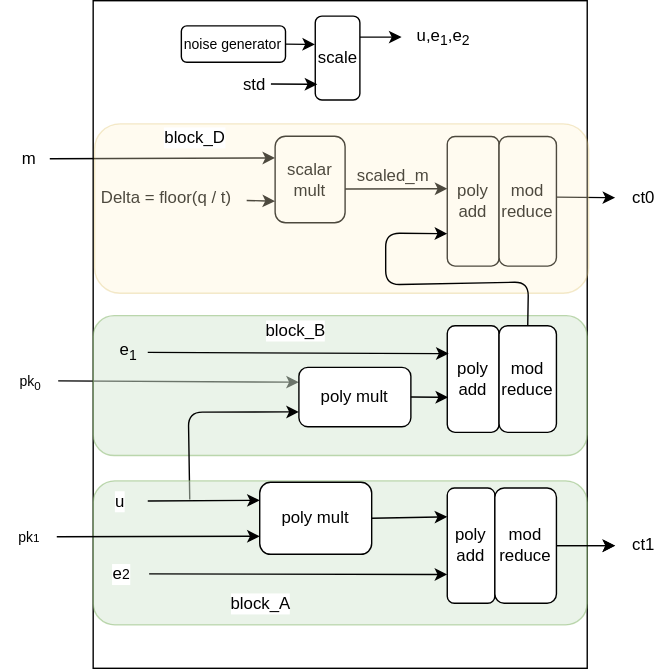
Above: fv_enc/doc/FV12_encryption.svg in my-openlab/projects (draw.io), before the change. Source tidied: cells renumbered, new cells last; positions are measured from the earlier drawing's top-left corner, leaving out a move shared by most shapes.
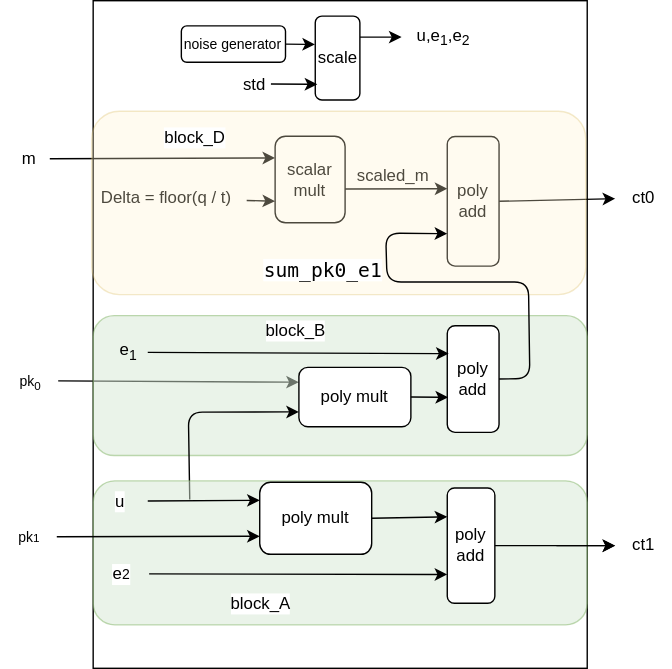
Above is the later version.

The edit, as a diff of the source:
```diff
@@ -8,10 +8,8 @@
     <mxCell id="3" value="ct0" style="text;html=1;align=center;verticalAlign=middle;points=[];strokeColor=none;fillColor=none;" parent="1" vertex="1">
       <mxGeometry x="439" y="126" width="40" height="30" as="geometry" />
     </mxCell>
-    <mxCell id="4" style="edgeStyle=none;html=1;exitX=1;exitY=0.5;exitDx=0;exitDy=0;" parent="1" edge="1" target="3">
-      <mxGeometry relative="1" as="geometry">
-        <mxPoint x="397" y="140.3" as="sourcePoint" />
-      </mxGeometry>
+    <mxCell id="4" style="edgeStyle=none;html=1;exitX=1;exitY=0.5;exitDx=0;exitDy=0;" parent="1" edge="1" source="20" target="3">
+      <mxGeometry relative="1" as="geometry" />
     </mxCell>
     <mxCell id="5" style="endArrow=classic;html=1;entryX=0;entryY=0.25;entryDx=0;entryDy=0;" parent="1" edge="1" source="6" target="11">
       <mxGeometry relative="1" as="geometry" />
@@ -77,12 +75,6 @@
         <mxPoint x="261" y="155.2" as="targetPoint" />
       </mxGeometry>
     </mxCell>
-    <mxCell id="23" value="mod reduce" style="rounded=1;whiteSpace=wrap;html=1;" parent="10" vertex="1">
-      <mxGeometry x="297" width="41" height="92.7" as="geometry" />
-    </mxCell>
-    <mxCell id="24" value="mod reduce" style="rounded=1;whiteSpace=wrap;html=1;" parent="10" vertex="1">
-      <mxGeometry x="297" y="135.2" width="41" height="76.2" as="geometry" />
-    </mxCell>
     <mxCell id="25" style="rounded=1;whiteSpace=wrap;html=1;fillColor=#d5e8d4;fillStyle=auto;opacity=50;strokeColor=#82b366;" parent="10" vertex="1">
       <mxGeometry x="7" y="246.1" width="353" height="102.9" as="geometry" />
     </mxCell>
@@ -109,29 +101,32 @@
     <mxCell id="32" style="endArrow=classic;html=1;entryX=0;entryY=0.75;entryDx=0;entryDy=0;" parent="10" edge="1" source="29" target="27">
       <mxGeometry relative="1" as="geometry" />
     </mxCell>
-    <mxCell id="33" value="mod&lt;br&gt;reduce" style="rounded=1;whiteSpace=wrap;html=1;" parent="10" vertex="1">
-      <mxGeometry x="294" y="251.2" width="44" height="82.4" as="geometry" />
-    </mxCell>
     <mxCell id="34" value="block_A" style="text;html=1;strokeColor=none;fillColor=none;align=center;verticalAlign=middle;whiteSpace=wrap;rounded=0;labelBackgroundColor=#FFFFFF;fillStyle=hatch;" parent="10" vertex="1">
       <mxGeometry x="97" y="318.1" width="60" height="30.9" as="geometry" />
     </mxCell>
     <mxCell id="35" style="rounded=1;whiteSpace=wrap;html=1;fillColor=#fff2cc;fillStyle=auto;strokeColor=#d6b656;opacity=30;" parent="10" vertex="1">
-      <mxGeometry x="8" y="-9" width="353" height="121" as="geometry" />
+      <mxGeometry x="6" y="-18" width="353" height="131" as="geometry" />
     </mxCell>
-    <mxCell id="36" style="edgeStyle=none;html=1;exitX=0.5;exitY=0;exitDx=0;exitDy=0;entryX=0;entryY=0.75;entryDx=0;entryDy=0;" parent="10" edge="1" source="24" target="20">
+    <mxCell id="36" style="edgeStyle=none;html=1;exitX=1;exitY=0.5;exitDx=0;exitDy=0;entryX=0;entryY=0.75;entryDx=0;entryDy=0;" parent="10" edge="1" source="12" target="20">
       <mxGeometry relative="1" as="geometry">
         <Array as="points">
+          <mxPoint x="319" y="173" />
           <mxPoint x="318" y="104" />
-          <mxPoint x="216" y="106" />
+          <mxPoint x="217" y="104" />
           <mxPoint x="216" y="69" />
         </Array>
       </mxGeometry>
     </mxCell>
+    <mxCell id="52" value="&lt;div style=&quot;font-family: &amp;quot;Droid Sans Mono&amp;quot;, &amp;quot;monospace&amp;quot;, monospace; font-size: 14px; line-height: 19px;&quot;&gt;&lt;span style=&quot;background-color: rgb(255, 255, 255);&quot;&gt;sum_pk0_e1&lt;/span&gt;&lt;/div&gt;" style="text;html=1;align=center;verticalAlign=middle;strokeColor=none;fillColor=none;" parent="10" vertex="1">
+      <mxGeometry x="119" y="80" width="103" height="32" as="geometry" />
+    </mxCell>
     <mxCell id="37" value="ct1" style="text;html=1;align=center;verticalAlign=middle;points=[];strokeColor=none;fillColor=none;" parent="1" vertex="1">
       <mxGeometry x="439" y="374.4" width="40" height="30" as="geometry" />
     </mxCell>
-    <mxCell id="38" style="edgeStyle=none;html=1;exitX=1;exitY=0.5;exitDx=0;exitDy=0;" parent="1" edge="1" source="33" target="37">
-      <mxGeometry relative="1" as="geometry" />
+    <mxCell id="38" style="edgeStyle=none;html=1;exitX=1;exitY=0.5;exitDx=0;exitDy=0;" parent="1" edge="1" target="37">
+      <mxGeometry relative="1" as="geometry">
+        <mxPoint x="397" y="389.4" as="sourcePoint" />
+      </mxGeometry>
     </mxCell>
     <mxCell id="39" style="endArrow=classic;html=1;entryX=0;entryY=0.75;entryDx=0;entryDy=0;" parent="1" edge="1" source="40" target="26">
       <mxGeometry relative="1" as="geometry" />
@@ -139,7 +134,7 @@
     <mxCell id="40" value="&lt;span style=&quot;font-size: 10px;&quot;&gt;pk&lt;/span&gt;&lt;span style=&quot;font-size: 8.33333px;&quot;&gt;1&lt;/span&gt;" style="text;html=1;align=center;verticalAlign=middle;points=[];strokeColor=none;fillColor=none;" parent="1" vertex="1">
       <mxGeometry y="368" width="40" height="30" as="geometry" />
     </mxCell>
-    <mxCell id="41" style="edgeStyle=none;html=1;" parent="1" edge="1" source="33" target="37">
+    <mxCell id="41" style="edgeStyle=none;html=1;exitX=1;exitY=0.5;exitDx=0;exitDy=0;" parent="1" edge="1" source="27" target="37">
       <mxGeometry relative="1" as="geometry" />
     </mxCell>
     <mxCell id="42" style="group;" parent="1" vertex="1">
```
